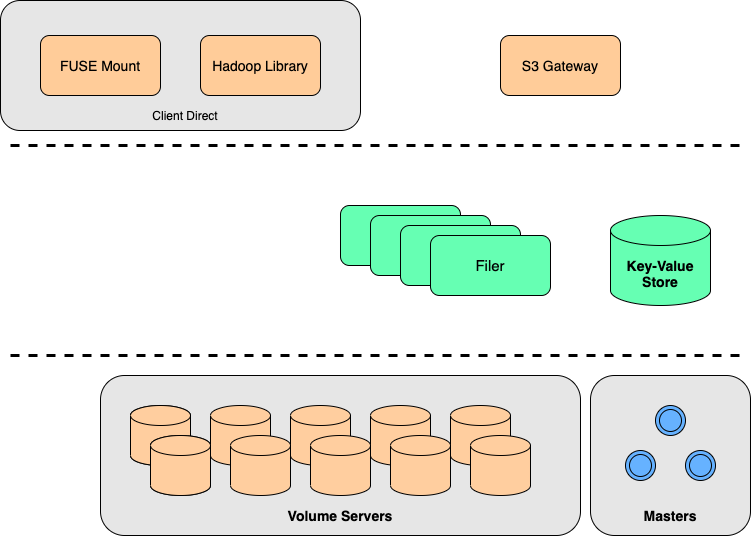
Earlier version of the draw.io export note/SeaweedFS_Architecture.png (seaweedfs/seaweedfs). Source tidied: cells renumbered, new cells last; positions are measured from the earlier drawing's top-left corner, leaving out a move shared by most shapes.
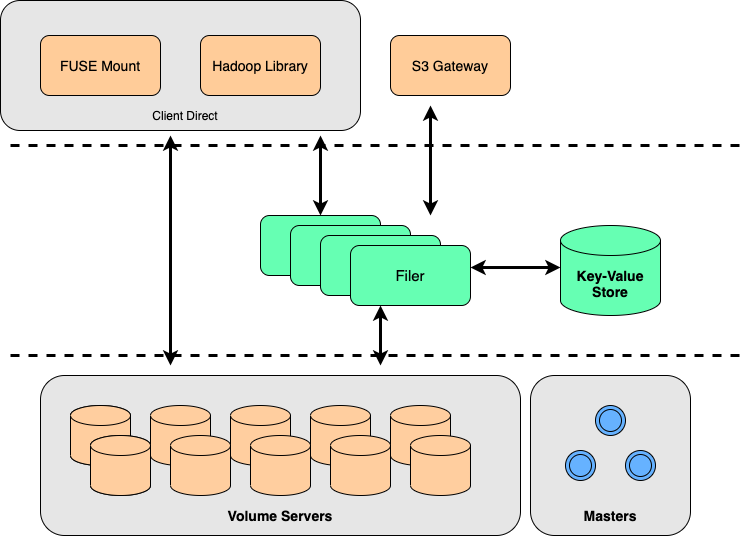
Later version of the same file.

Diff of the diagram source:
```diff
@@ -6,7 +6,7 @@
       <mxGeometry width="360" height="130" as="geometry" />
     </mxCell>
     <mxCell id="3" style="group;" parent="1" vertex="1">
-      <mxGeometry x="100" y="375" width="480" height="160" as="geometry" />
+      <mxGeometry x="40" y="375" width="480" height="160" as="geometry" />
     </mxCell>
     <mxCell id="4" style="rounded=1;whiteSpace=wrap;html=1;fillColor=#E6E6E6;" parent="3" vertex="1">
       <mxGeometry width="480" height="160" as="geometry" />
@@ -51,7 +51,7 @@
       <mxGeometry x="140" y="130" width="200" height="20" as="geometry" />
     </mxCell>
     <mxCell id="18" style="group;" parent="1" vertex="1">
-      <mxGeometry x="590" y="375" width="160" height="160" as="geometry" />
+      <mxGeometry x="530" y="375" width="160" height="160" as="geometry" />
     </mxCell>
     <mxCell id="19" style="rounded=1;whiteSpace=wrap;html=1;fillColor=#E6E6E6;" parent="18" vertex="1">
       <mxGeometry width="160" height="160" as="geometry" />
@@ -75,7 +75,7 @@
       </mxGeometry>
     </mxCell>
     <mxCell id="25" value="&lt;font style=&quot;font-size: 14px&quot;&gt;&lt;b&gt;Key-Value Store&lt;/b&gt;&lt;/font&gt;" style="shape=cylinder3;whiteSpace=wrap;html=1;boundedLbl=1;backgroundOutline=1;size=15;fillColor=#66FFB3;" parent="1" vertex="1">
-      <mxGeometry x="610" y="215" width="100" height="90" as="geometry" />
+      <mxGeometry x="560" y="225" width="100" height="90" as="geometry" />
     </mxCell>
     <mxCell id="26" style="endArrow=none;dashed=1;html=1;strokeWidth=3;" parent="1" edge="1">
       <mxGeometry relative="1" as="geometry">
@@ -83,29 +83,59 @@
         <mxPoint x="740" y="145" as="targetPoint" />
       </mxGeometry>
     </mxCell>
+    <mxCell id="31" value="&lt;font style=&quot;font-size: 14px&quot;&gt;S3 Gateway&lt;/font&gt;" style="rounded=1;whiteSpace=wrap;html=1;fillColor=#FFCC99;" parent="1" vertex="1">
+      <mxGeometry x="390" y="35" width="120" height="60" as="geometry" />
+    </mxCell>
+    <mxCell id="32" value="&lt;font style=&quot;font-size: 14px&quot;&gt;Hadoop Library&lt;/font&gt;" style="rounded=1;whiteSpace=wrap;html=1;fillColor=#FFCC99;" parent="1" vertex="1">
+      <mxGeometry x="200" y="35" width="120" height="60" as="geometry" />
+    </mxCell>
+    <mxCell id="33" value="&lt;font style=&quot;font-size: 14px&quot;&gt;FUSE Mount&lt;/font&gt;" style="rounded=1;whiteSpace=wrap;html=1;fillColor=#FFCC99;" parent="1" vertex="1">
+      <mxGeometry x="40" y="35" width="120" height="60" as="geometry" />
+    </mxCell>
+    <mxCell id="34" value="Client Direct" style="text;html=1;strokeColor=none;fillColor=none;align=center;verticalAlign=middle;whiteSpace=wrap;rounded=0;" parent="1" vertex="1">
+      <mxGeometry x="110" y="105" width="150" height="20" as="geometry" />
+    </mxCell>
+    <mxCell id="35" style="endArrow=classic;startArrow=classic;html=1;strokeWidth=3;" parent="1" edge="1">
+      <mxGeometry relative="1" as="geometry">
+        <mxPoint x="170" y="365" as="sourcePoint" />
+        <mxPoint x="170" y="135" as="targetPoint" />
+      </mxGeometry>
+    </mxCell>
+    <mxCell id="36" style="endArrow=classic;startArrow=classic;html=1;strokeWidth=3;exitX=0.5;exitY=0;exitDx=0;exitDy=0;" parent="1" edge="1" source="27">
+      <mxGeometry relative="1" as="geometry">
+        <mxPoint x="320" y="135" as="targetPoint" />
+      </mxGeometry>
+    </mxCell>
+    <mxCell id="37" style="group;" parent="1" vertex="1">
+      <mxGeometry x="260" y="215" width="210" height="90" as="geometry" />
+    </mxCell>
-    <mxCell id="27" value="Filer" style="rounded=1;whiteSpace=wrap;html=1;fillColor=#66FFB3;" parent="1" vertex="1">
-      <mxGeometry x="340" y="205" width="120" height="60" as="geometry" />
+    <mxCell id="27" value="Filer" style="rounded=1;whiteSpace=wrap;html=1;fillColor=#66FFB3;" parent="37" vertex="1">
+      <mxGeometry width="120" height="60" as="geometry" />
     </mxCell>
-    <mxCell id="28" value="Filer" style="rounded=1;whiteSpace=wrap;html=1;fillColor=#66FFB3;" parent="1" vertex="1">
-      <mxGeometry x="370" y="215" width="120" height="60" as="geometry" />
+    <mxCell id="28" value="Filer" style="rounded=1;whiteSpace=wrap;html=1;fillColor=#66FFB3;" parent="37" vertex="1">
+      <mxGeometry x="30" y="10" width="120" height="60" as="geometry" />
     </mxCell>
-    <mxCell id="29" value="Filer" style="rounded=1;whiteSpace=wrap;html=1;fillColor=#66FFB3;" parent="1" vertex="1">
-      <mxGeometry x="400" y="225" width="120" height="60" as="geometry" />
+    <mxCell id="29" value="Filer" style="rounded=1;whiteSpace=wrap;html=1;fillColor=#66FFB3;" parent="37" vertex="1">
+      <mxGeometry x="60" y="20" width="120" height="60" as="geometry" />
     </mxCell>
-    <mxCell id="30" value="&lt;font style=&quot;font-size: 15px&quot;&gt;Filer&lt;/font&gt;" style="rounded=1;whiteSpace=wrap;html=1;fillColor=#66FFB3;" parent="1" vertex="1">
-      <mxGeometry x="430" y="235" width="120" height="60" as="geometry" />
+    <mxCell id="30" value="&lt;font style=&quot;font-size: 15px&quot;&gt;Filer&lt;/font&gt;" style="rounded=1;whiteSpace=wrap;html=1;fillColor=#66FFB3;" parent="37" vertex="1">
+      <mxGeometry x="90" y="30" width="120" height="60" as="geometry" />
     </mxCell>
-    <mxCell id="31" value="&lt;font style=&quot;font-size: 14px&quot;&gt;S3 Gateway&lt;/font&gt;" style="rounded=1;whiteSpace=wrap;html=1;fillColor=#FFCC99;" parent="1" vertex="1">
-      <mxGeometry x="500" y="35" width="120" height="60" as="geometry" />
-    </mxCell>
-    <mxCell id="32" value="&lt;font style=&quot;font-size: 14px&quot;&gt;Hadoop Library&lt;/font&gt;" style="rounded=1;whiteSpace=wrap;html=1;fillColor=#FFCC99;" parent="1" vertex="1">
-      <mxGeometry x="200" y="35" width="120" height="60" as="geometry" />
-    </mxCell>
-    <mxCell id="33" value="&lt;font style=&quot;font-size: 14px&quot;&gt;FUSE Mount&lt;/font&gt;" style="rounded=1;whiteSpace=wrap;html=1;fillColor=#FFCC99;" parent="1" vertex="1">
-      <mxGeometry x="40" y="35" width="120" height="60" as="geometry" />
-    </mxCell>
-    <mxCell id="34" value="Client Direct" style="text;html=1;strokeColor=none;fillColor=none;align=center;verticalAlign=middle;whiteSpace=wrap;rounded=0;" parent="1" vertex="1">
-      <mxGeometry x="110" y="105" width="150" height="20" as="geometry" />
-    </mxCell>
+    <mxCell id="38" style="endArrow=classic;startArrow=classic;html=1;strokeWidth=3;exitX=1;exitY=0.367;exitDx=0;exitDy=0;exitPerimeter=0;" parent="1" edge="1" source="30">
+      <mxGeometry relative="1" as="geometry">
+        <mxPoint x="560" y="267" as="targetPoint" />
+      </mxGeometry>
+    </mxCell>
+    <mxCell id="39" style="endArrow=classic;startArrow=classic;html=1;strokeWidth=3;" parent="1" edge="1">
+      <mxGeometry relative="1" as="geometry">
+        <mxPoint x="430" y="215" as="sourcePoint" />
+        <mxPoint x="430" y="105" as="targetPoint" />
+      </mxGeometry>
+    </mxCell>
+    <mxCell id="40" style="endArrow=classic;startArrow=classic;html=1;strokeWidth=3;entryX=0.25;entryY=1;entryDx=0;entryDy=0;" parent="1" edge="1" target="30">
+      <mxGeometry relative="1" as="geometry">
+        <mxPoint x="380" y="365" as="sourcePoint" />
+      </mxGeometry>
+    </mxCell>
   </root>
 </mxGraphModel>
```
